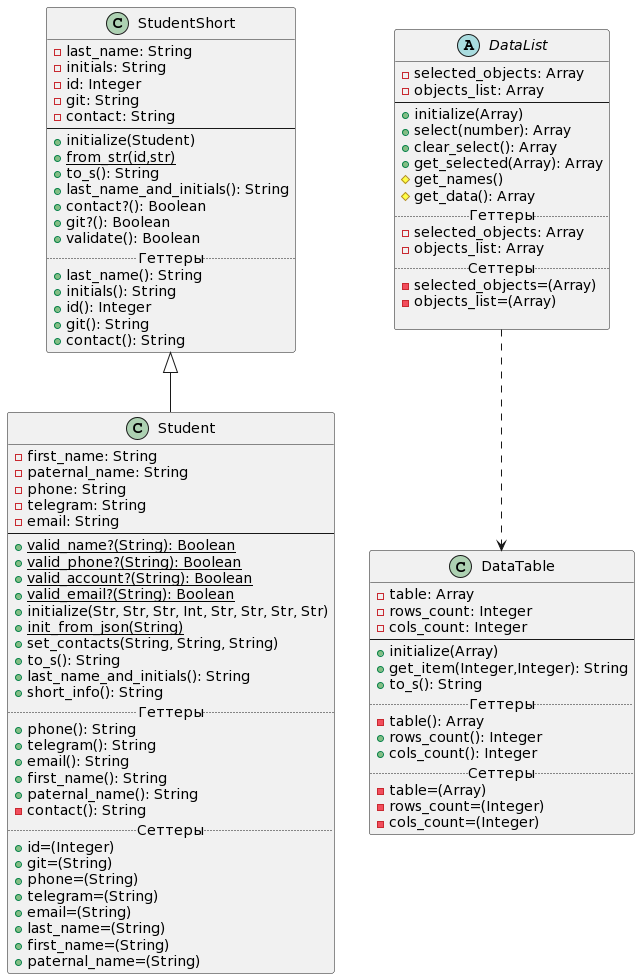
Above: Diagrams/class_diagram_lab2.png in waasabi13/ruby_labs (PlantUML), before the change.
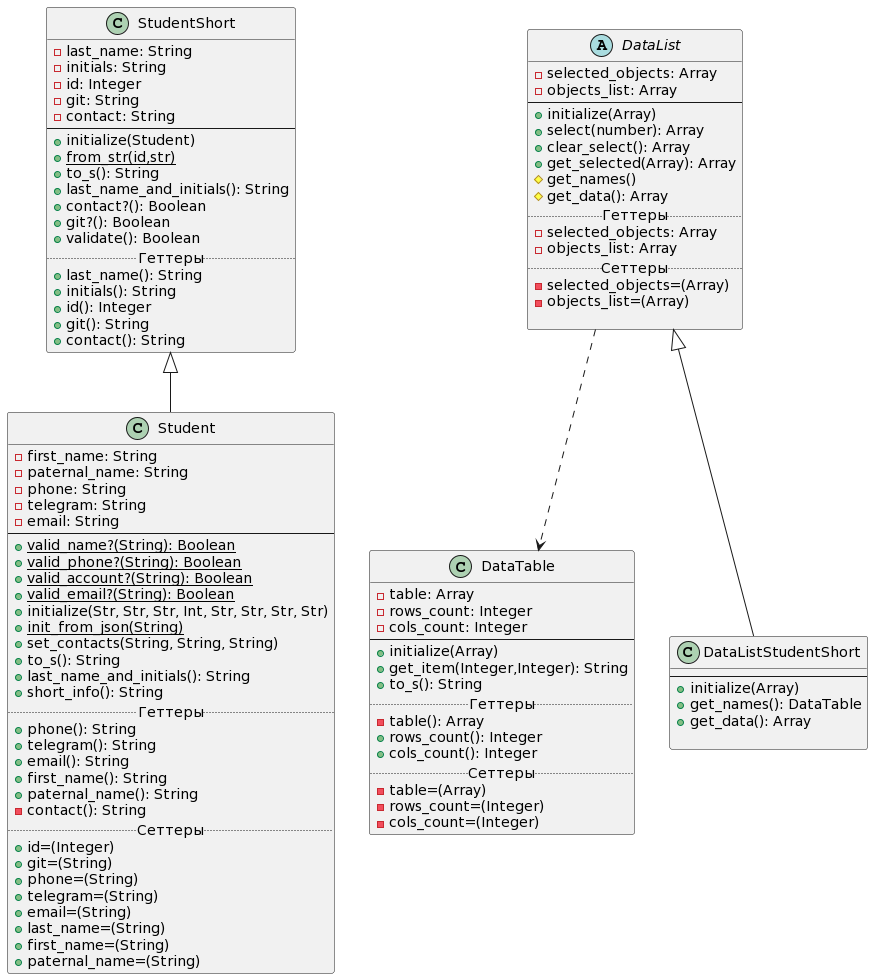
After the change.

Commit message:
отражение изменений в диаграмме классов

Change to the diagram source:
```diff
@@ -96,5 +96,13 @@
     -cols_count=(Integer)
 }
 
+class DataListStudentShort extends DataList{
+     --
+     +initialize(Array)
+     +get_names(): DataTable
+     +get_data(): Array
+
+ }
+
 DataList ..> DataTable
 @enduml
```
